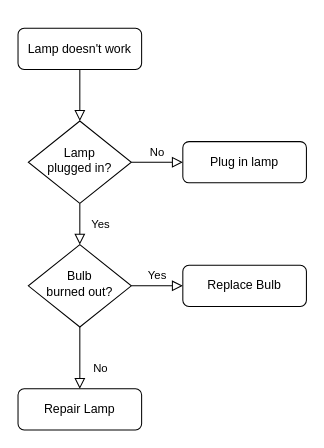
Above: Untitled Diagram.drawio in Lyn-A/Flowcharts (draw.io), before the change. Source tidied: cells renumbered, new cells numbered last; positions are measured from the earlier drawing's top-left corner, leaving out a move shared by most shapes. Both pictures are drawn from the tidied source at 103%, with x=0, y=0 at pixel (18, 28).
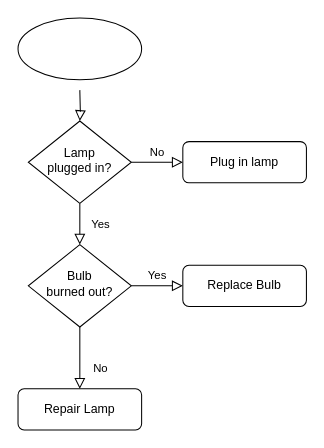
Above is the later version.

Commit message:
adding new contacts to phone

Diff of the diagram source:
```diff
@@
 <mxGraphModel>
   <root>
     <mxCell id="0" />
     <mxCell id="1" parent="0" />
-    <mxCell id="2" style="rounded=0;html=1;jettySize=auto;fontSize=11;endArrow=block;endFill=0;endSize=8;strokeWidth=1;shadow=0;labelBackgroundColor=none;edgeStyle=orthogonalEdgeStyle;" parent="1" edge="1" source="3" target="6">
-      <mxGeometry relative="1" as="geometry" />
+    <mxCell id="2" style="rounded=0;html=1;jettySize=auto;fontSize=11;endArrow=block;endFill=0;endSize=8;strokeWidth=1;shadow=0;labelBackgroundColor=none;edgeStyle=orthogonalEdgeStyle;" parent="1" edge="1" target="6">
+      <mxGeometry relative="1" as="geometry">
+        <mxPoint x="60" y="60" as="sourcePoint" />
+      </mxGeometry>
     </mxCell>
-    <mxCell id="3" value="Lamp doesn't work" style="rounded=1;whiteSpace=wrap;html=1;fontSize=12;glass=0;strokeWidth=1;shadow=0;" parent="1" vertex="1">
-      <mxGeometry width="120" height="40" as="geometry" />
-    </mxCell>
     <mxCell id="4" value="Yes" style="rounded=0;html=1;jettySize=auto;fontSize=11;endArrow=block;endFill=0;endSize=8;strokeWidth=1;shadow=0;labelBackgroundColor=none;edgeStyle=orthogonalEdgeStyle;" parent="1" edge="1" source="6" target="10">
       <mxGeometry y="20" relative="1" as="geometry" />
     </mxCell>
     <mxCell id="5" value="No" style="edgeStyle=orthogonalEdgeStyle;rounded=0;html=1;jettySize=auto;fontSize=11;endArrow=block;endFill=0;endSize=8;strokeWidth=1;shadow=0;labelBackgroundColor=none;" parent="1" edge="1" source="6" target="7">
       <mxGeometry y="10" relative="1" as="geometry" />
     </mxCell>
     <mxCell id="6" value="Lamp&lt;br&gt;plugged in?" style="rhombus;whiteSpace=wrap;html=1;shadow=0;fontFamily=Helvetica;fontSize=12;align=center;strokeWidth=1;spacing=6;spacingTop=-4;" parent="1" vertex="1">
       <mxGeometry x="10" y="90" width="100" height="80" as="geometry" />
     </mxCell>
     <mxCell id="7" value="Plug in lamp" style="rounded=1;whiteSpace=wrap;html=1;fontSize=12;glass=0;strokeWidth=1;shadow=0;" parent="1" vertex="1">
       <mxGeometry x="160" y="110" width="120" height="40" as="geometry" />
     </mxCell>
     <mxCell id="8" value="No" style="rounded=0;html=1;jettySize=auto;fontSize=11;endArrow=block;endFill=0;endSize=8;strokeWidth=1;shadow=0;labelBackgroundColor=none;edgeStyle=orthogonalEdgeStyle;" parent="1" edge="1" source="10" target="11">
       <mxGeometry x="0.33" y="20" relative="1" as="geometry" />
     </mxCell>
     <mxCell id="9" value="Yes" style="edgeStyle=orthogonalEdgeStyle;rounded=0;html=1;jettySize=auto;fontSize=11;endArrow=block;endFill=0;endSize=8;strokeWidth=1;shadow=0;labelBackgroundColor=none;" parent="1" edge="1" source="10" target="12">
       <mxGeometry y="10" relative="1" as="geometry" />
     </mxCell>
     <mxCell id="10" value="Bulb&lt;br&gt;burned out?" style="rhombus;whiteSpace=wrap;html=1;shadow=0;fontFamily=Helvetica;fontSize=12;align=center;strokeWidth=1;spacing=6;spacingTop=-4;" parent="1" vertex="1">
       <mxGeometry x="10" y="210" width="100" height="80" as="geometry" />
     </mxCell>
     <mxCell id="11" value="Repair Lamp" style="rounded=1;whiteSpace=wrap;html=1;fontSize=12;glass=0;strokeWidth=1;shadow=0;" parent="1" vertex="1">
       <mxGeometry y="350" width="120" height="40" as="geometry" />
     </mxCell>
     <mxCell id="12" value="Replace Bulb" style="rounded=1;whiteSpace=wrap;html=1;fontSize=12;glass=0;strokeWidth=1;shadow=0;" parent="1" vertex="1">
       <mxGeometry x="160" y="230" width="120" height="40" as="geometry" />
     </mxCell>
+    <mxCell id="13" style="ellipse;whiteSpace=wrap;html=1;" parent="1" vertex="1">
+      <mxGeometry y="-10" width="120" height="60" as="geometry" />
+    </mxCell>
   </root>
 </mxGraphModel>
```
